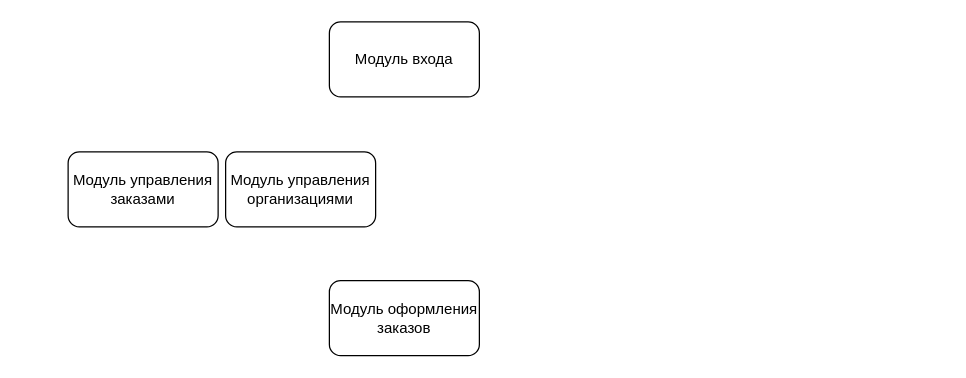
The draw.io diagram Модули.drawio in Denka88/Practice, before the edit. Source tidied: cells renumbered, new cells numbered last; positions are measured from the earlier drawing's top-left corner, leaving out a move shared by most shapes. Both pictures are drawn from the tidied source at 125%, with x=0, y=0 at pixel (68, 21).
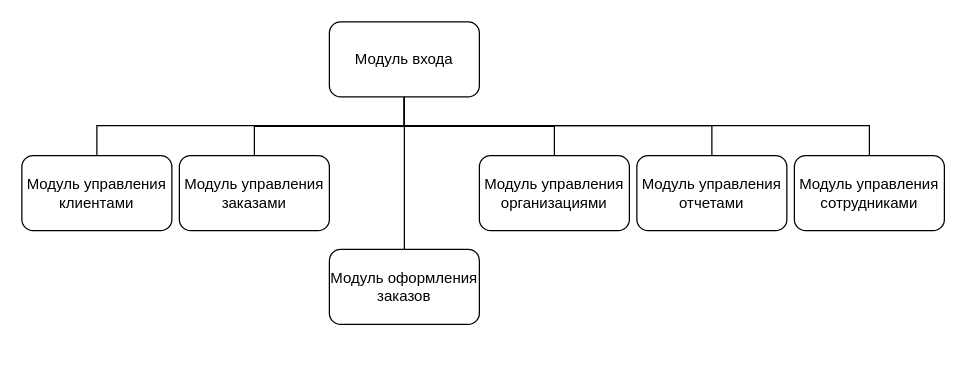
After the change.

What changed in the source:
```diff
@@
 <mxGraphModel>
   <root>
     <mxCell id="0" />
     <mxCell id="1" parent="0" />
+    <mxCell id="6" style="edgeStyle=orthogonalEdgeStyle;rounded=0;jettySize=auto;html=1;exitX=0.5;exitY=1;exitDx=0;exitDy=0;entryX=0.5;entryY=0;entryDx=0;entryDy=0;endArrow=none;endFill=0;" parent="1" edge="1" source="2" target="3">
+      <mxGeometry relative="1" as="geometry" />
+    </mxCell>
+    <mxCell id="7" style="edgeStyle=orthogonalEdgeStyle;rounded=0;jettySize=auto;html=1;endArrow=none;endFill=0;" parent="1" edge="1" source="2" target="4">
+      <mxGeometry relative="1" as="geometry" />
+    </mxCell>
+    <mxCell id="8" style="edgeStyle=orthogonalEdgeStyle;rounded=0;jettySize=auto;html=1;endArrow=none;endFill=0;" parent="1" edge="1" source="2" target="13">
+      <mxGeometry relative="1" as="geometry">
+        <Array as="points">
+          <mxPoint x="269" y="83" />
+          <mxPoint x="515" y="83" />
+        </Array>
+      </mxGeometry>
+    </mxCell>
+    <mxCell id="9" style="edgeStyle=orthogonalEdgeStyle;rounded=0;jettySize=auto;html=1;endArrow=none;endFill=0;" parent="1" edge="1" source="2" target="14">
+      <mxGeometry relative="1" as="geometry">
+        <Array as="points">
+          <mxPoint x="269" y="83" />
+          <mxPoint x="641" y="83" />
+        </Array>
+      </mxGeometry>
+    </mxCell>
+    <mxCell id="10" style="edgeStyle=orthogonalEdgeStyle;rounded=0;jettySize=auto;html=1;endArrow=none;endFill=0;" parent="1" edge="1" source="2" target="5">
+      <mxGeometry relative="1" as="geometry" />
+    </mxCell>
+    <mxCell id="11" style="edgeStyle=orthogonalEdgeStyle;rounded=0;jettySize=auto;html=1;endArrow=none;endFill=0;" parent="1" edge="1" source="2" target="12">
+      <mxGeometry relative="1" as="geometry">
+        <Array as="points">
+          <mxPoint x="269" y="83" />
+          <mxPoint x="23" y="83" />
+        </Array>
+      </mxGeometry>
+    </mxCell>
     <mxCell id="2" value="Модуль входа" style="rounded=1;whiteSpace=wrap;html=1;" parent="1" vertex="1">
       <mxGeometry x="209" width="120" height="60" as="geometry" />
     </mxCell>
     <mxCell id="3" value="Модуль оформления заказов" style="rounded=1;whiteSpace=wrap;html=1;" parent="1" vertex="1">
-      <mxGeometry x="209" y="207" width="120" height="60" as="geometry" />
+      <mxGeometry x="209" y="182" width="120" height="60" as="geometry" />
     </mxCell>
     <mxCell id="4" value="Модуль управления организациями" style="rounded=1;whiteSpace=wrap;html=1;" parent="1" vertex="1">
-      <mxGeometry x="126" y="104" width="120" height="60" as="geometry" />
+      <mxGeometry x="329" y="107" width="120" height="60" as="geometry" />
     </mxCell>
     <mxCell id="5" value="Модуль управления заказами" style="rounded=1;whiteSpace=wrap;html=1;" parent="1" vertex="1">
-      <mxGeometry y="104" width="120" height="60" as="geometry" />
+      <mxGeometry x="89" y="107" width="120" height="60" as="geometry" />
     </mxCell>
+    <mxCell id="12" value="Модуль управления клиентами" style="rounded=1;whiteSpace=wrap;html=1;" parent="1" vertex="1">
+      <mxGeometry x="-37" y="107" width="120" height="60" as="geometry" />
+    </mxCell>
+    <mxCell id="13" value="Модуль управления отчетами" style="rounded=1;whiteSpace=wrap;html=1;" parent="1" vertex="1">
+      <mxGeometry x="455" y="107" width="120" height="60" as="geometry" />
+    </mxCell>
+    <mxCell id="14" value="Модуль управления сотрудниками" style="rounded=1;whiteSpace=wrap;html=1;" parent="1" vertex="1">
+      <mxGeometry x="581" y="107" width="120" height="60" as="geometry" />
+    </mxCell>
   </root>
 </mxGraphModel>
```
